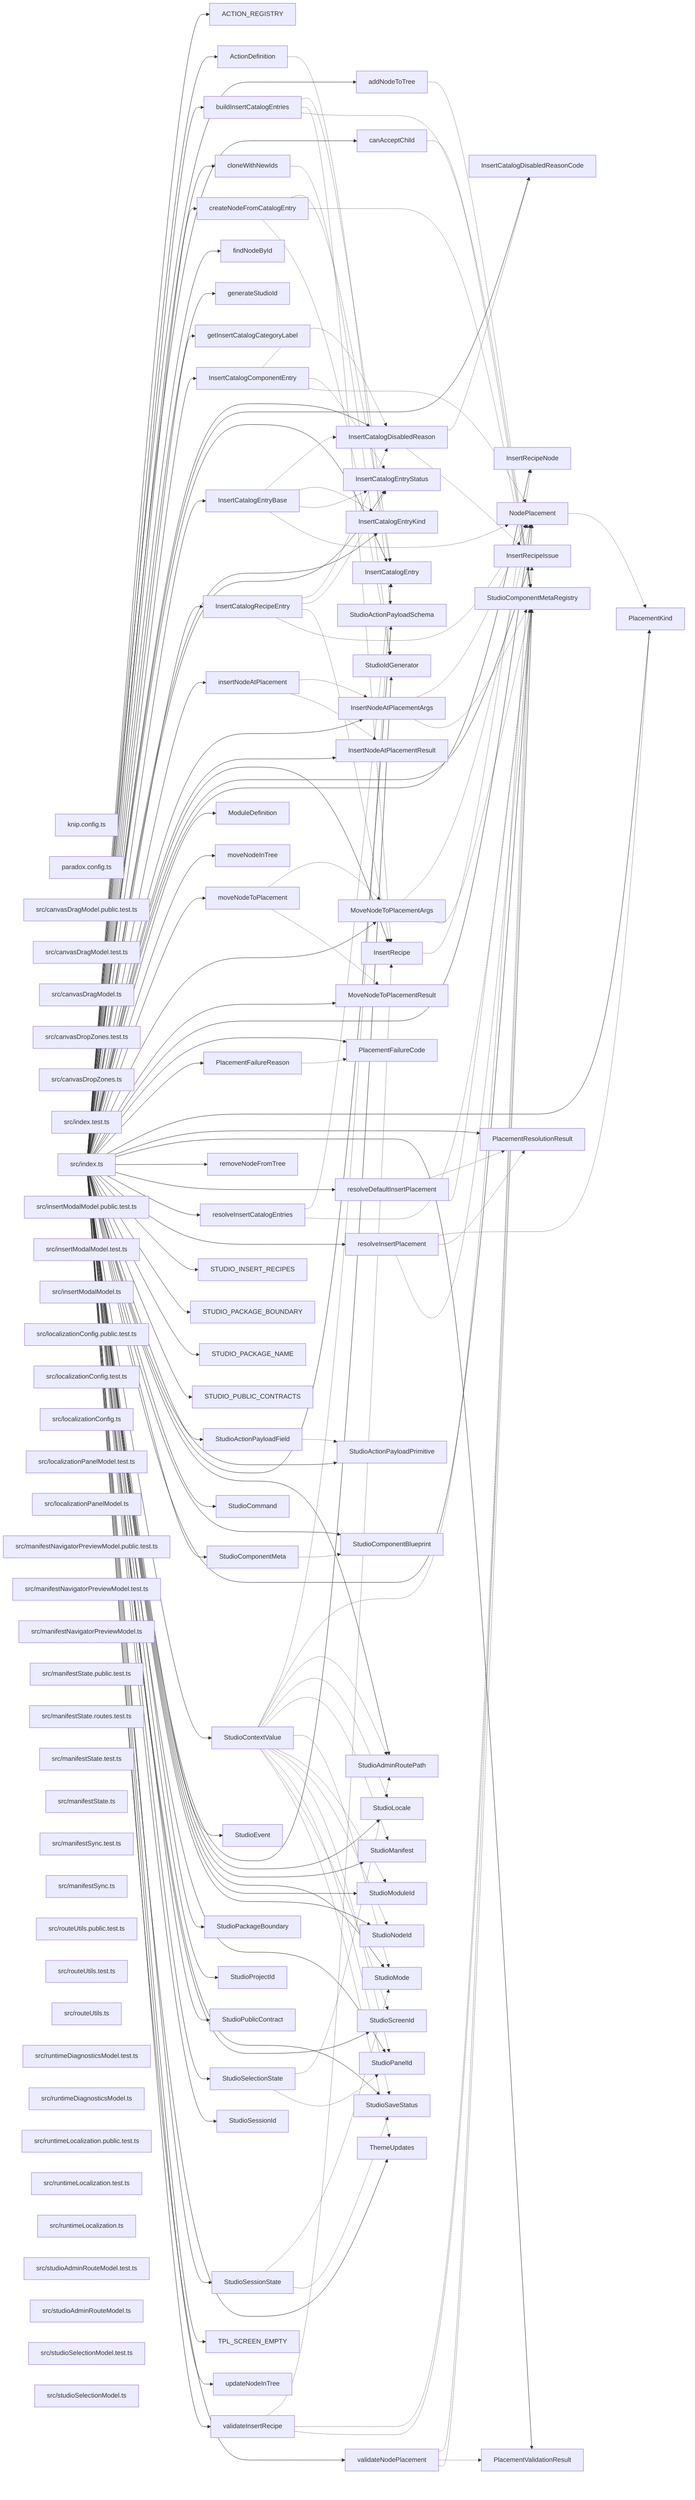
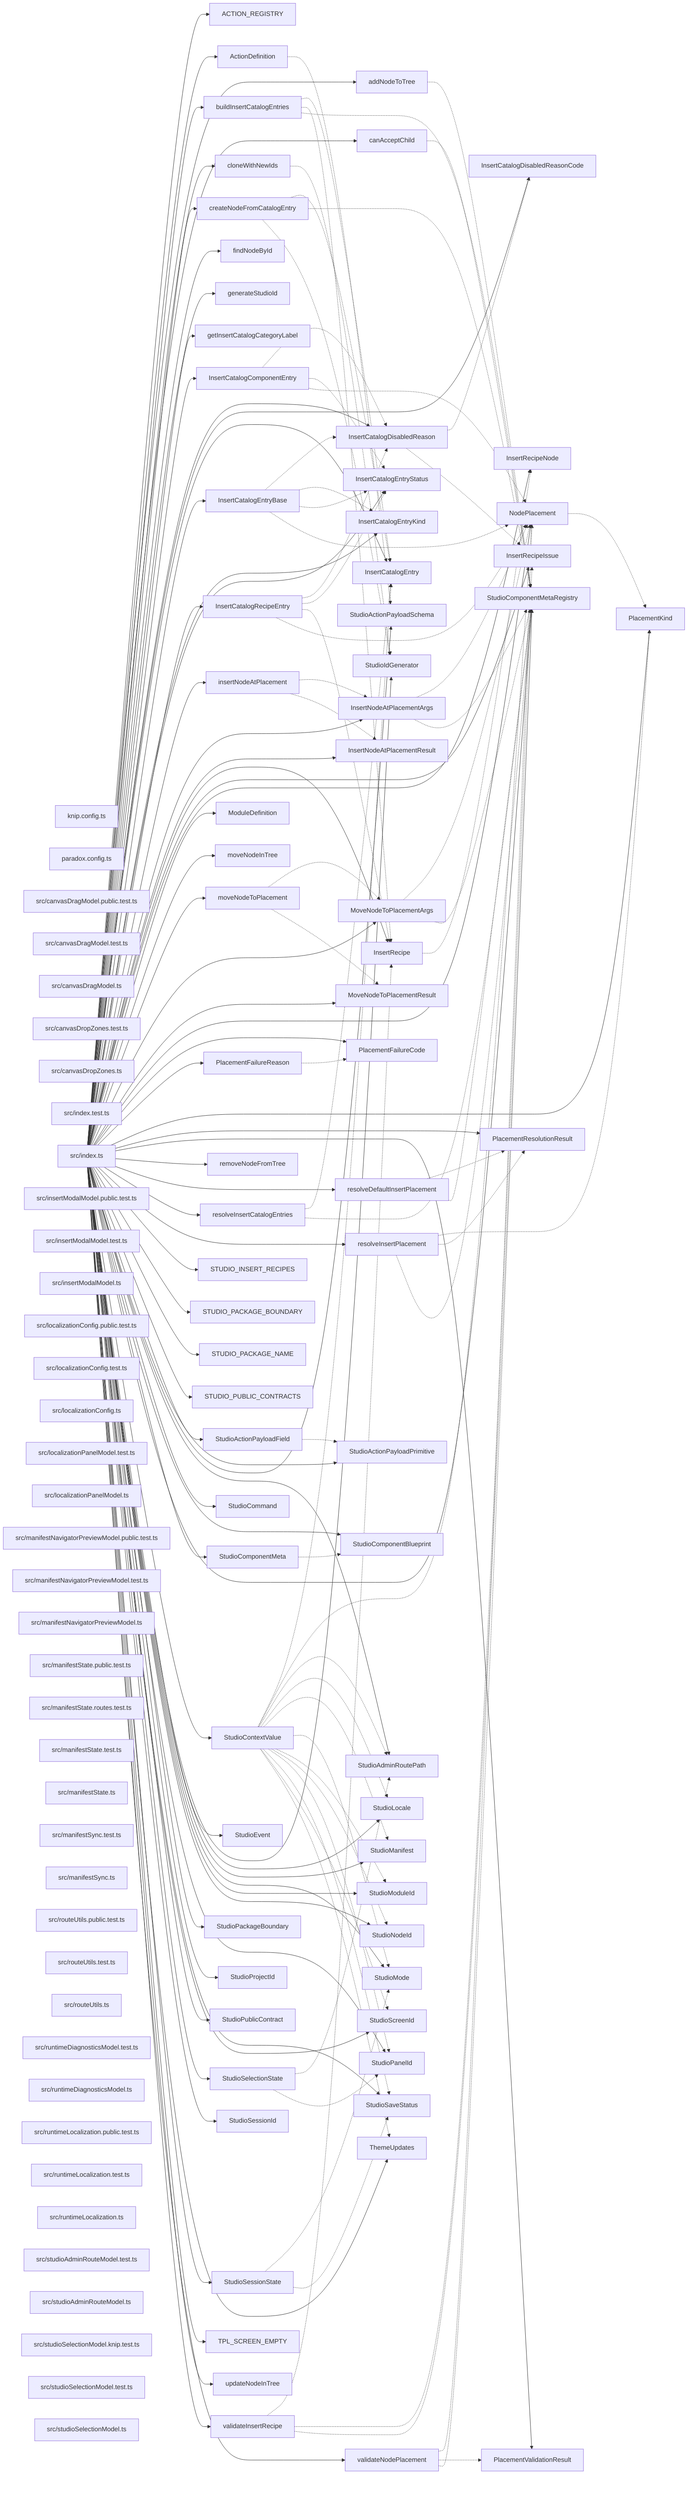
graph LR
  module_knip_config_ts["knip.config.ts"]
  module_paradox_config_ts["paradox.config.ts"]
  module_src_canvasDragModel_public_test_ts["src/canvasDragModel.public.test.ts"]
  module_src_canvasDragModel_test_ts["src/canvasDragModel.test.ts"]
  module_src_canvasDragModel_ts["src/canvasDragModel.ts"]
  module_src_canvasDropZones_test_ts["src/canvasDropZones.test.ts"]
  module_src_canvasDropZones_ts["src/canvasDropZones.ts"]
  module_src_index_test_ts["src/index.test.ts"]
  module_src_index_ts["src/index.ts"]
  module_src_insertModalModel_public_test_ts["src/insertModalModel.public.test.ts"]
  module_src_insertModalModel_test_ts["src/insertModalModel.test.ts"]
  module_src_insertModalModel_ts["src/insertModalModel.ts"]
  module_src_localizationConfig_public_test_ts["src/localizationConfig.public.test.ts"]
  module_src_localizationConfig_test_ts["src/localizationConfig.test.ts"]
  module_src_localizationConfig_ts["src/localizationConfig.ts"]
  module_src_localizationPanelModel_test_ts["src/localizationPanelModel.test.ts"]
  module_src_localizationPanelModel_ts["src/localizationPanelModel.ts"]
  module_src_manifestNavigatorPreviewModel_public_test_ts["src/manifestNavigatorPreviewModel.public.test.ts"]
  module_src_manifestNavigatorPreviewModel_test_ts["src/manifestNavigatorPreviewModel.test.ts"]
  module_src_manifestNavigatorPreviewModel_ts["src/manifestNavigatorPreviewModel.ts"]
  module_src_manifestState_public_test_ts["src/manifestState.public.test.ts"]
  module_src_manifestState_routes_test_ts["src/manifestState.routes.test.ts"]
  module_src_manifestState_test_ts["src/manifestState.test.ts"]
  module_src_manifestState_ts["src/manifestState.ts"]
  module_src_manifestSync_test_ts["src/manifestSync.test.ts"]
  module_src_manifestSync_ts["src/manifestSync.ts"]
  module_src_routeUtils_public_test_ts["src/routeUtils.public.test.ts"]
  module_src_routeUtils_test_ts["src/routeUtils.test.ts"]
  module_src_routeUtils_ts["src/routeUtils.ts"]
  module_src_runtimeDiagnosticsModel_test_ts["src/runtimeDiagnosticsModel.test.ts"]
  module_src_runtimeDiagnosticsModel_ts["src/runtimeDiagnosticsModel.ts"]
  module_src_runtimeLocalization_public_test_ts["src/runtimeLocalization.public.test.ts"]
  module_src_runtimeLocalization_test_ts["src/runtimeLocalization.test.ts"]
  module_src_runtimeLocalization_ts["src/runtimeLocalization.ts"]
  module_src_studioAdminRouteModel_test_ts["src/studioAdminRouteModel.test.ts"]
  module_src_studioAdminRouteModel_ts["src/studioAdminRouteModel.ts"]
+   module_src_studioSelectionModel_knip_test_ts["src/studioSelectionModel.knip.test.ts"]
  module_src_studioSelectionModel_test_ts["src/studioSelectionModel.test.ts"]
  module_src_studioSelectionModel_ts["src/studioSelectionModel.ts"]
  export_ACTION_REGISTRY["ACTION_REGISTRY"]
  module_src_index_ts --> export_ACTION_REGISTRY
  export_ActionDefinition["ActionDefinition"]
  module_src_index_ts --> export_ActionDefinition
  export_ActionDefinition -.-> export_StudioActionPayloadSchema
  export_addNodeToTree["addNodeToTree"]
  module_src_index_ts --> export_addNodeToTree
  export_addNodeToTree -.-> export_StudioComponentMetaRegistry
  export_buildInsertCatalogEntries["buildInsertCatalogEntries"]
  module_src_index_ts --> export_buildInsertCatalogEntries
  export_buildInsertCatalogEntries -.-> export_InsertCatalogEntry
  export_buildInsertCatalogEntries -.-> export_InsertRecipe
  export_buildInsertCatalogEntries -.-> export_StudioComponentMetaRegistry
  export_canAcceptChild["canAcceptChild"]
  module_src_index_ts --> export_canAcceptChild
  export_canAcceptChild -.-> export_StudioComponentMetaRegistry
  export_cloneWithNewIds["cloneWithNewIds"]
  module_src_index_ts --> export_cloneWithNewIds
  export_cloneWithNewIds -.-> export_StudioIdGenerator
  export_createNodeFromCatalogEntry["createNodeFromCatalogEntry"]
  module_src_index_ts --> export_createNodeFromCatalogEntry
  export_createNodeFromCatalogEntry -.-> export_InsertCatalogEntry
  export_createNodeFromCatalogEntry -.-> export_StudioComponentMetaRegistry
  export_createNodeFromCatalogEntry -.-> export_StudioIdGenerator
  export_findNodeById["findNodeById"]
  module_src_index_ts --> export_findNodeById
  export_generateStudioId["generateStudioId"]
  module_src_index_ts --> export_generateStudioId
  export_getInsertCatalogCategoryLabel["getInsertCatalogCategoryLabel"]
  module_src_index_ts --> export_getInsertCatalogCategoryLabel
  export_InsertCatalogComponentEntry["InsertCatalogComponentEntry"]
  module_src_index_ts --> export_InsertCatalogComponentEntry
  export_InsertCatalogComponentEntry -.-> export_InsertCatalogDisabledReason
  export_InsertCatalogComponentEntry -.-> export_InsertCatalogEntryStatus
  export_InsertCatalogComponentEntry -.-> export_NodePlacement
  export_InsertCatalogDisabledReason["InsertCatalogDisabledReason"]
  module_src_index_ts --> export_InsertCatalogDisabledReason
  export_InsertCatalogDisabledReason -.-> export_InsertCatalogDisabledReasonCode
  export_InsertCatalogDisabledReason -.-> export_InsertRecipeIssue
  export_InsertCatalogDisabledReasonCode["InsertCatalogDisabledReasonCode"]
  module_src_index_ts --> export_InsertCatalogDisabledReasonCode
  export_InsertCatalogEntry["InsertCatalogEntry"]
  module_src_index_ts --> export_InsertCatalogEntry
  export_InsertCatalogEntryBase["InsertCatalogEntryBase"]
  module_src_index_ts --> export_InsertCatalogEntryBase
  export_InsertCatalogEntryBase -.-> export_InsertCatalogDisabledReason
  export_InsertCatalogEntryBase -.-> export_InsertCatalogEntryKind
  export_InsertCatalogEntryBase -.-> export_InsertCatalogEntryStatus
  export_InsertCatalogEntryBase -.-> export_NodePlacement
  export_InsertCatalogEntryKind["InsertCatalogEntryKind"]
  module_src_index_ts --> export_InsertCatalogEntryKind
  export_InsertCatalogEntryStatus["InsertCatalogEntryStatus"]
  module_src_index_ts --> export_InsertCatalogEntryStatus
  export_InsertCatalogRecipeEntry["InsertCatalogRecipeEntry"]
  module_src_index_ts --> export_InsertCatalogRecipeEntry
  export_InsertCatalogRecipeEntry -.-> export_InsertCatalogDisabledReason
  export_InsertCatalogRecipeEntry -.-> export_InsertCatalogEntryStatus
  export_InsertCatalogRecipeEntry -.-> export_InsertRecipe
  export_InsertCatalogRecipeEntry -.-> export_NodePlacement
  export_insertNodeAtPlacement["insertNodeAtPlacement"]
  module_src_index_ts --> export_insertNodeAtPlacement
  export_insertNodeAtPlacement -.-> export_InsertNodeAtPlacementArgs
  export_insertNodeAtPlacement -.-> export_InsertNodeAtPlacementResult
  export_InsertNodeAtPlacementArgs["InsertNodeAtPlacementArgs"]
  module_src_index_ts --> export_InsertNodeAtPlacementArgs
  export_InsertNodeAtPlacementArgs -.-> export_NodePlacement
  export_InsertNodeAtPlacementArgs -.-> export_StudioComponentMetaRegistry
  export_InsertNodeAtPlacementResult["InsertNodeAtPlacementResult"]
  module_src_index_ts --> export_InsertNodeAtPlacementResult
  export_InsertRecipe["InsertRecipe"]
  module_src_index_ts --> export_InsertRecipe
  export_InsertRecipe -.-> export_InsertRecipeNode
  export_InsertRecipeIssue["InsertRecipeIssue"]
  module_src_index_ts --> export_InsertRecipeIssue
  export_InsertRecipeNode["InsertRecipeNode"]
  module_src_index_ts --> export_InsertRecipeNode
  export_ModuleDefinition["ModuleDefinition"]
  module_src_index_ts --> export_ModuleDefinition
  export_moveNodeInTree["moveNodeInTree"]
  module_src_index_ts --> export_moveNodeInTree
  export_moveNodeToPlacement["moveNodeToPlacement"]
  module_src_index_ts --> export_moveNodeToPlacement
  export_moveNodeToPlacement -.-> export_MoveNodeToPlacementArgs
  export_moveNodeToPlacement -.-> export_MoveNodeToPlacementResult
  export_MoveNodeToPlacementArgs["MoveNodeToPlacementArgs"]
  module_src_index_ts --> export_MoveNodeToPlacementArgs
  export_MoveNodeToPlacementArgs -.-> export_NodePlacement
  export_MoveNodeToPlacementArgs -.-> export_StudioComponentMetaRegistry
  export_MoveNodeToPlacementResult["MoveNodeToPlacementResult"]
  module_src_index_ts --> export_MoveNodeToPlacementResult
  export_NodePlacement["NodePlacement"]
  module_src_index_ts --> export_NodePlacement
  export_NodePlacement -.-> export_PlacementKind
  export_PlacementFailureCode["PlacementFailureCode"]
  module_src_index_ts --> export_PlacementFailureCode
  export_PlacementFailureReason["PlacementFailureReason"]
  module_src_index_ts --> export_PlacementFailureReason
  export_PlacementFailureReason -.-> export_PlacementFailureCode
  export_PlacementKind["PlacementKind"]
  module_src_index_ts --> export_PlacementKind
  export_PlacementResolutionResult["PlacementResolutionResult"]
  module_src_index_ts --> export_PlacementResolutionResult
  export_PlacementValidationResult["PlacementValidationResult"]
  module_src_index_ts --> export_PlacementValidationResult
  export_removeNodeFromTree["removeNodeFromTree"]
  module_src_index_ts --> export_removeNodeFromTree
  export_resolveDefaultInsertPlacement["resolveDefaultInsertPlacement"]
  module_src_index_ts --> export_resolveDefaultInsertPlacement
  export_resolveDefaultInsertPlacement -.-> export_PlacementResolutionResult
  export_resolveDefaultInsertPlacement -.-> export_StudioComponentMetaRegistry
  export_resolveInsertCatalogEntries["resolveInsertCatalogEntries"]
  module_src_index_ts --> export_resolveInsertCatalogEntries
  export_resolveInsertCatalogEntries -.-> export_InsertCatalogEntry
  export_resolveInsertCatalogEntries -.-> export_StudioComponentMetaRegistry
  export_resolveInsertPlacement["resolveInsertPlacement"]
  module_src_index_ts --> export_resolveInsertPlacement
  export_resolveInsertPlacement -.-> export_PlacementKind
  export_resolveInsertPlacement -.-> export_PlacementResolutionResult
  export_resolveInsertPlacement -.-> export_StudioComponentMetaRegistry
  export_STUDIO_INSERT_RECIPES["STUDIO_INSERT_RECIPES"]
  module_src_index_ts --> export_STUDIO_INSERT_RECIPES
  export_STUDIO_PACKAGE_BOUNDARY["STUDIO_PACKAGE_BOUNDARY"]
  module_src_index_ts --> export_STUDIO_PACKAGE_BOUNDARY
  export_STUDIO_PACKAGE_NAME["STUDIO_PACKAGE_NAME"]
  module_src_index_ts --> export_STUDIO_PACKAGE_NAME
  export_STUDIO_PUBLIC_CONTRACTS["STUDIO_PUBLIC_CONTRACTS"]
  module_src_index_ts --> export_STUDIO_PUBLIC_CONTRACTS
  export_StudioActionPayloadField["StudioActionPayloadField"]
  module_src_index_ts --> export_StudioActionPayloadField
  export_StudioActionPayloadField -.-> export_StudioActionPayloadPrimitive
  export_StudioActionPayloadPrimitive["StudioActionPayloadPrimitive"]
  module_src_index_ts --> export_StudioActionPayloadPrimitive
  export_StudioActionPayloadSchema["StudioActionPayloadSchema"]
  module_src_index_ts --> export_StudioActionPayloadSchema
  export_StudioAdminRoutePath["StudioAdminRoutePath"]
  module_src_index_ts --> export_StudioAdminRoutePath
  export_StudioCommand["StudioCommand"]
  module_src_index_ts --> export_StudioCommand
  export_StudioComponentBlueprint["StudioComponentBlueprint"]
  module_src_index_ts --> export_StudioComponentBlueprint
  export_StudioComponentMeta["StudioComponentMeta"]
  module_src_index_ts --> export_StudioComponentMeta
  export_StudioComponentMeta -.-> export_StudioComponentBlueprint
  export_StudioComponentMetaRegistry["StudioComponentMetaRegistry"]
  module_src_index_ts --> export_StudioComponentMetaRegistry
  export_StudioContextValue["StudioContextValue"]
  module_src_index_ts --> export_StudioContextValue
  export_StudioContextValue -.-> export_InsertCatalogEntry
  export_StudioContextValue -.-> export_NodePlacement
  export_StudioContextValue -.-> export_StudioAdminRoutePath
  export_StudioContextValue -.-> export_StudioLocale
  export_StudioContextValue -.-> export_StudioManifest
  export_StudioContextValue -.-> export_StudioMode
  export_StudioContextValue -.-> export_StudioModuleId
  export_StudioContextValue -.-> export_StudioNodeId
  export_StudioContextValue -.-> export_StudioPanelId
  export_StudioContextValue -.-> export_StudioSaveStatus
  export_StudioContextValue -.-> export_StudioScreenId
  export_StudioContextValue -.-> export_ThemeUpdates
  export_StudioEvent["StudioEvent"]
  module_src_index_ts --> export_StudioEvent
  export_StudioIdGenerator["StudioIdGenerator"]
  module_src_index_ts --> export_StudioIdGenerator
  export_StudioLocale["StudioLocale"]
  module_src_index_ts --> export_StudioLocale
  export_StudioManifest["StudioManifest"]
  module_src_index_ts --> export_StudioManifest
  export_StudioMode["StudioMode"]
  module_src_index_ts --> export_StudioMode
  export_StudioModuleId["StudioModuleId"]
  module_src_index_ts --> export_StudioModuleId
  export_StudioNodeId["StudioNodeId"]
  module_src_index_ts --> export_StudioNodeId
  export_StudioPackageBoundary["StudioPackageBoundary"]
  module_src_index_ts --> export_StudioPackageBoundary
  export_StudioPanelId["StudioPanelId"]
  module_src_index_ts --> export_StudioPanelId
  export_StudioProjectId["StudioProjectId"]
  module_src_index_ts --> export_StudioProjectId
  export_StudioPublicContract["StudioPublicContract"]
  module_src_index_ts --> export_StudioPublicContract
  export_StudioSaveStatus["StudioSaveStatus"]
  module_src_index_ts --> export_StudioSaveStatus
  export_StudioScreenId["StudioScreenId"]
  module_src_index_ts --> export_StudioScreenId
  export_StudioSelectionState["StudioSelectionState"]
  module_src_index_ts --> export_StudioSelectionState
  export_StudioSelectionState -.-> export_StudioAdminRoutePath
  export_StudioSelectionState -.-> export_StudioPanelId
  export_StudioSessionId["StudioSessionId"]
  module_src_index_ts --> export_StudioSessionId
  export_StudioSessionState["StudioSessionState"]
  module_src_index_ts --> export_StudioSessionState
  export_StudioSessionState -.-> export_StudioMode
  export_StudioSessionState -.-> export_StudioSaveStatus
  export_ThemeUpdates["ThemeUpdates"]
  module_src_index_ts --> export_ThemeUpdates
  export_TPL_SCREEN_EMPTY["TPL_SCREEN_EMPTY"]
  module_src_index_ts --> export_TPL_SCREEN_EMPTY
  export_updateNodeInTree["updateNodeInTree"]
  module_src_index_ts --> export_updateNodeInTree
  export_validateInsertRecipe["validateInsertRecipe"]
  module_src_index_ts --> export_validateInsertRecipe
  export_validateInsertRecipe -.-> export_InsertRecipe
  export_validateInsertRecipe -.-> export_InsertRecipeIssue
  export_validateInsertRecipe -.-> export_StudioComponentMetaRegistry
  export_validateNodePlacement["validateNodePlacement"]
  module_src_index_ts --> export_validateNodePlacement
  export_validateNodePlacement -.-> export_NodePlacement
  export_validateNodePlacement -.-> export_PlacementValidationResult
  export_validateNodePlacement -.-> export_StudioComponentMetaRegistry
